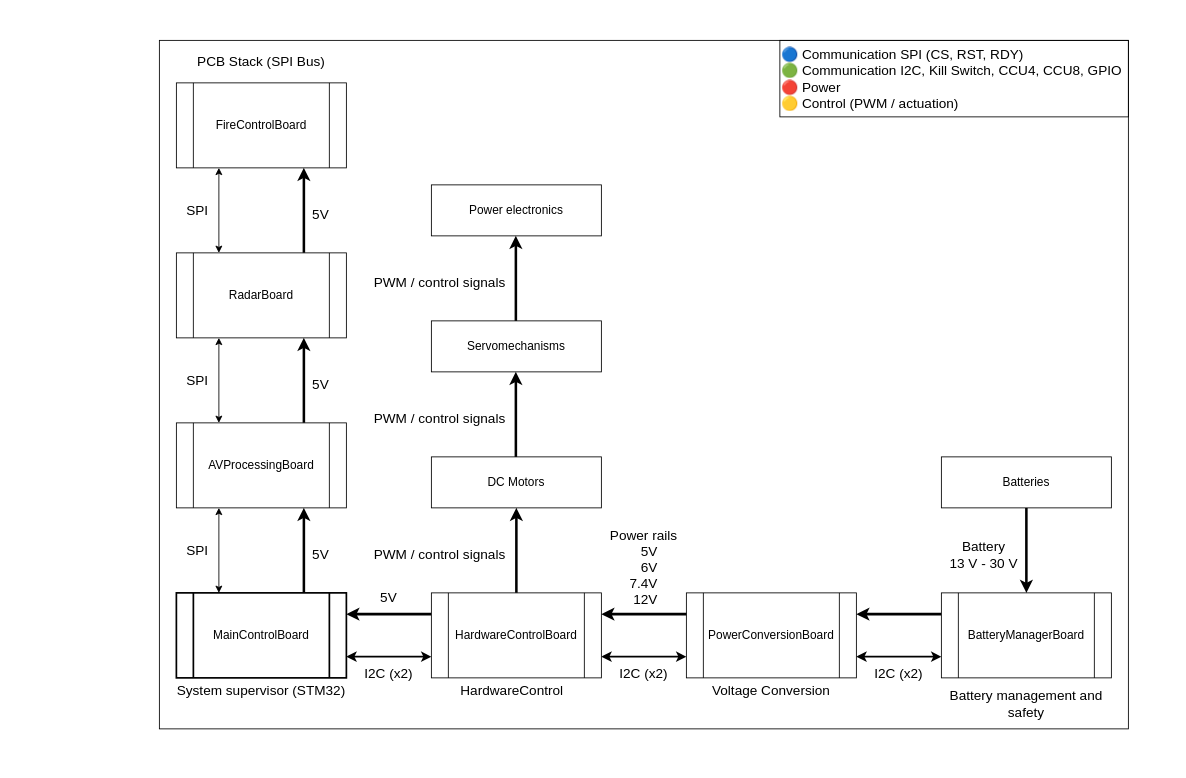
This is Media/System_Architecture_Diagram.drawio from alan-kudelko/TrinityTrack6000, a draw.io file, before an edit. Source tidied: cells renumbered, new cells numbered last; positions are measured from the earlier drawing's top-left corner, leaving out a move shared by most shapes. Both pictures are drawn from the tidied source at 85%, with x=0, y=0 at pixel (159, 40).
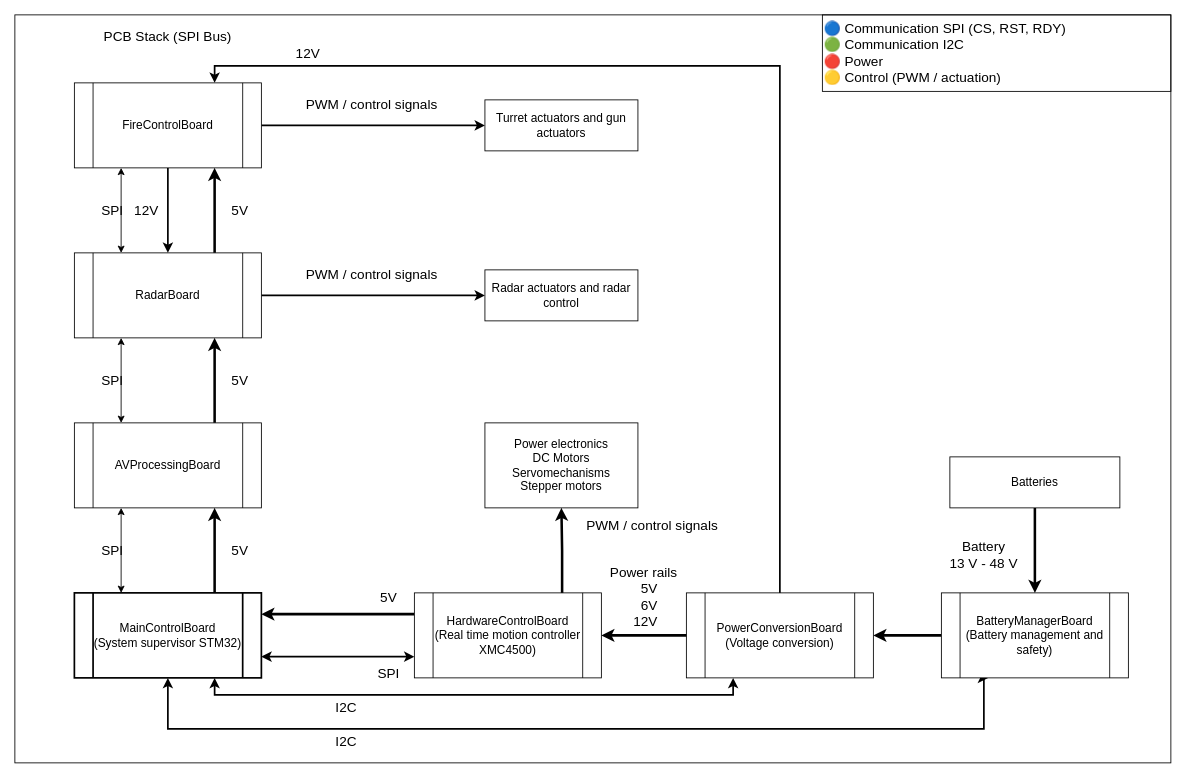
The same diagram, later.

Commit message (it also covers changes not shown here):
Update System's block diagram

Diff of the diagram source:
```diff
@@
     <mxCell id="2" style="rounded=0;whiteSpace=wrap;html=1;fillColor=none;" parent="1" vertex="1">
-      <mxGeometry width="1140" height="810" as="geometry" />
+      <mxGeometry x="-170" y="-30" width="1360" height="880" as="geometry" />
     </mxCell>
@@
-    <mxCell id="5" style="edgeStyle=orthogonalEdgeStyle;rounded=0;jettySize=auto;html=1;exitX=1;exitY=0.75;exitDx=0;exitDy=0;entryX=0;entryY=0.75;entryDx=0;entryDy=0;strokeColor=light-dark(#000000,#2EA043);startArrow=classic;startFill=1;strokeWidth=2;" parent="1" edge="1" source="6" target="10">
+    <mxCell id="5" style="edgeStyle=orthogonalEdgeStyle;rounded=0;jettySize=auto;html=1;exitX=1;exitY=0.75;exitDx=0;exitDy=0;entryX=0;entryY=0.75;entryDx=0;entryDy=0;strokeColor=light-dark(#000000,#1F6FEB);startArrow=classic;startFill=1;strokeWidth=2;" parent="1" edge="1" source="6" target="10">
       <mxGeometry relative="1" as="geometry" />
     </mxCell>
-    <mxCell id="6" value="MainControlBoard" style="shape=process;whiteSpace=wrap;html=1;backgroundOutline=1;glass=0;strokeWidth=2;spacing=2;fontSize=14;" parent="1" vertex="1">
-      <mxGeometry x="20" y="650" width="200" height="100" as="geometry" />
+    <mxCell id="6" value="MainControlBoard&lt;div&gt;(System supervisor STM32)&lt;/div&gt;" style="shape=process;whiteSpace=wrap;html=1;backgroundOutline=1;glass=0;strokeWidth=2;spacing=2;fontSize=14;" parent="1" vertex="1">
+      <mxGeometry x="-100" y="650" width="220" height="100" as="geometry" />
     </mxCell>
@@
-    <mxCell id="8" style="edgeStyle=orthogonalEdgeStyle;rounded=0;jettySize=auto;html=1;exitX=0.5;exitY=0;exitDx=0;exitDy=0;entryX=0.5;entryY=1;entryDx=0;entryDy=0;strokeColor=light-dark(#000000,#D29922);strokeWidth=3;" parent="1" edge="1" source="10" target="35">
+    <mxCell id="8" style="edgeStyle=orthogonalEdgeStyle;rounded=0;jettySize=auto;html=1;exitX=0.79;exitY=0;exitDx=0;exitDy=0;entryX=0.5;entryY=1;entryDx=0;entryDy=0;strokeColor=light-dark(#000000,#D29922);strokeWidth=3;exitPerimeter=0;" parent="1" edge="1" source="10" target="35">
       <mxGeometry relative="1" as="geometry" />
     </mxCell>
-    <mxCell id="9" style="edgeStyle=orthogonalEdgeStyle;rounded=0;jettySize=auto;html=1;exitX=1;exitY=0.75;exitDx=0;exitDy=0;entryX=0;entryY=0.75;entryDx=0;entryDy=0;startArrow=classic;startFill=1;strokeColor=light-dark(#000000,#2EA043);strokeWidth=2;" parent="1" edge="1" source="10" target="12">
+    <mxCell id="9" style="edgeStyle=orthogonalEdgeStyle;rounded=0;jettySize=auto;html=1;exitX=0.75;exitY=1;exitDx=0;exitDy=0;entryX=0.25;entryY=1;entryDx=0;entryDy=0;startArrow=classic;startFill=1;strokeColor=light-dark(#000000,#2EA043);strokeWidth=2;" parent="1" edge="1" source="6" target="12">
       <mxGeometry relative="1" as="geometry" />
     </mxCell>
-    <mxCell id="10" value="HardwareControlBoard" style="shape=process;whiteSpace=wrap;html=1;backgroundOutline=1;fontSize=14;" parent="1" vertex="1">
-      <mxGeometry x="320" y="650" width="200" height="100" as="geometry" />
+    <mxCell id="10" value="HardwareControlBoard&lt;div&gt;(Real time motion controller XMC4500)&lt;/div&gt;" style="shape=process;whiteSpace=wrap;html=1;backgroundOutline=1;fontSize=14;points=[[0,0,0,0,0],[0,0.25,0,0,0],[0,0.5,0,0,0],[0,0.75,0,0,0],[0,1,0,0,0],[0.25,0,0,0,0],[0.25,1,0,0,0],[0.5,0,0,0,0],[0.5,1,0,0,0],[0.75,1,0,0,0],[0.79,0,0,0,0],[1,0,0,0,0],[1,0.25,0,0,0],[1,0.5,0,0,0],[1,0.75,0,0,0],[1,1,0,0,0]];" parent="1" vertex="1">
+      <mxGeometry x="300" y="650" width="220" height="100" as="geometry" />
     </mxCell>
-    <mxCell id="11" style="edgeStyle=orthogonalEdgeStyle;rounded=0;jettySize=auto;html=1;exitX=1;exitY=0.75;exitDx=0;exitDy=0;entryX=0;entryY=0.75;entryDx=0;entryDy=0;startArrow=classic;startFill=1;strokeColor=light-dark(#000000,#2EA043);strokeWidth=2;" parent="1" edge="1" source="12" target="14">
-      <mxGeometry relative="1" as="geometry" />
+    <mxCell id="11" style="edgeStyle=orthogonalEdgeStyle;rounded=0;jettySize=auto;html=1;exitX=0.5;exitY=1;exitDx=0;exitDy=0;entryX=0.25;entryY=1;entryDx=0;entryDy=0;startArrow=classic;startFill=1;strokeColor=light-dark(#000000,#2EA043);strokeWidth=2;" parent="1" edge="1" source="6" target="14">
+      <mxGeometry relative="1" as="geometry">
+        <Array as="points">
+          <mxPoint x="10" y="810" />
+          <mxPoint x="970" y="810" />
+        </Array>
+      </mxGeometry>
     </mxCell>
+    <mxCell id="51" style="edgeStyle=orthogonalEdgeStyle;rounded=0;jettySize=auto;html=1;exitX=0.5;exitY=0;exitDx=0;exitDy=0;entryX=0.75;entryY=0;entryDx=0;entryDy=0;strokeWidth=2;strokeColor=light-dark(#000000,#DA3633);" parent="1" edge="1" source="12" target="27">
+      <mxGeometry relative="1" as="geometry" />
+    </mxCell>
-    <mxCell id="12" value="PowerConversionBoard" style="shape=process;whiteSpace=wrap;html=1;backgroundOutline=1;fontSize=14;" parent="1" vertex="1">
-      <mxGeometry x="620" y="650" width="200" height="100" as="geometry" />
+    <mxCell id="12" value="PowerConversionBoard&lt;div&gt;(Voltage conversion)&lt;/div&gt;" style="shape=process;whiteSpace=wrap;html=1;backgroundOutline=1;fontSize=14;" parent="1" vertex="1">
+      <mxGeometry x="620" y="650" width="220" height="100" as="geometry" />
     </mxCell>
-    <mxCell id="13" style="edgeStyle=orthogonalEdgeStyle;rounded=0;jettySize=auto;html=1;exitX=0;exitY=0.25;exitDx=0;exitDy=0;entryX=1;entryY=0.25;entryDx=0;entryDy=0;strokeWidth=3;strokeColor=light-dark(#000000,#DA3633);" parent="1" edge="1" source="14" target="12">
+    <mxCell id="13" style="edgeStyle=orthogonalEdgeStyle;rounded=0;jettySize=auto;html=1;exitX=0;exitY=0.5;exitDx=0;exitDy=0;entryX=1;entryY=0.5;entryDx=0;entryDy=0;strokeWidth=3;strokeColor=light-dark(#000000,#DA3633);" parent="1" edge="1" source="14" target="12">
       <mxGeometry relative="1" as="geometry" />
     </mxCell>
-    <mxCell id="14" value="BatteryManagerBoard" style="shape=process;whiteSpace=wrap;html=1;backgroundOutline=1;fontSize=14;" parent="1" vertex="1">
-      <mxGeometry x="920" y="650" width="200" height="100" as="geometry" />
+    <mxCell id="14" value="BatteryManagerBoard&lt;div&gt;(Battery management and safety)&lt;/div&gt;" style="shape=process;whiteSpace=wrap;html=1;backgroundOutline=1;fontSize=14;" parent="1" vertex="1">
+      <mxGeometry x="920" y="650" width="220" height="100" as="geometry" />
     </mxCell>
     <mxCell id="15" value="PCB Stack (SPI Bus)" style="text;html=1;whiteSpace=wrap;strokeColor=none;fillColor=none;align=center;verticalAlign=middle;rounded=0;fontSize=16;" parent="1" vertex="1">
-      <mxGeometry x="20" y="10" width="200" height="30" as="geometry" />
+      <mxGeometry x="-90" y="-20" width="200" height="30" as="geometry" />
     </mxCell>
-    <mxCell id="16" value="Servomechanisms" style="rounded=0;whiteSpace=wrap;html=1;fontSize=14;" parent="1" vertex="1">
-      <mxGeometry x="320" y="330" width="200" height="60" as="geometry" />
-    </mxCell>
-    <mxCell id="17" value="HardwareControl" style="text;html=1;whiteSpace=wrap;strokeColor=none;fillColor=none;align=center;verticalAlign=middle;rounded=0;fontSize=16;" parent="1" vertex="1">
-      <mxGeometry x="340" y="750" width="150" height="30" as="geometry" />
-    </mxCell>
-    <mxCell id="18" value="System supervisor (STM32)" style="text;html=1;whiteSpace=wrap;strokeColor=none;fillColor=none;align=center;verticalAlign=middle;rounded=0;fontSize=16;" parent="1" vertex="1">
-      <mxGeometry x="10" y="750" width="220" height="30" as="geometry" />
-    </mxCell>
-    <mxCell id="19" value="Voltage Conversion" style="text;html=1;whiteSpace=wrap;strokeColor=none;fillColor=none;align=center;verticalAlign=middle;rounded=0;fontSize=16;" parent="1" vertex="1">
-      <mxGeometry x="645" y="750" width="150" height="30" as="geometry" />
-    </mxCell>
-    <mxCell id="20" value="Battery management and safety" style="text;html=1;whiteSpace=wrap;strokeColor=none;fillColor=none;align=center;verticalAlign=middle;rounded=0;fontSize=16;" parent="1" vertex="1">
-      <mxGeometry x="920" y="750" width="200" height="60" as="geometry" />
-    </mxCell>
@@
     <mxCell id="23" value="AVProcessingBoard" style="shape=process;whiteSpace=wrap;html=1;backgroundOutline=1;fontSize=14;" parent="1" vertex="1">
-      <mxGeometry x="20" y="450" width="200" height="100" as="geometry" />
+      <mxGeometry x="-100" y="450" width="220" height="100" as="geometry" />
     </mxCell>
@@
+    <mxCell id="52" style="edgeStyle=orthogonalEdgeStyle;rounded=0;jettySize=auto;html=1;entryX=0;entryY=0.5;entryDx=0;entryDy=0;strokeWidth=2;strokeColor=light-dark(#000000,#D29922);" parent="1" edge="1" source="26" target="57">
+      <mxGeometry relative="1" as="geometry" />
+    </mxCell>
     <mxCell id="26" value="RadarBoard" style="shape=process;whiteSpace=wrap;html=1;backgroundOutline=1;fontSize=14;" parent="1" vertex="1">
-      <mxGeometry x="20" y="250" width="200" height="100" as="geometry" />
+      <mxGeometry x="-100" y="250" width="220" height="100" as="geometry" />
     </mxCell>
+    <mxCell id="53" style="edgeStyle=orthogonalEdgeStyle;rounded=0;jettySize=auto;html=1;entryX=0;entryY=0.5;entryDx=0;entryDy=0;strokeWidth=2;strokeColor=light-dark(#000000,#D29922);" parent="1" edge="1" source="27" target="56">
+      <mxGeometry relative="1" as="geometry" />
+    </mxCell>
+    <mxCell id="54" style="edgeStyle=orthogonalEdgeStyle;rounded=0;jettySize=auto;html=1;strokeColor=light-dark(#000000,#DA3633);strokeWidth=2;" parent="1" edge="1" source="27" target="26">
+      <mxGeometry relative="1" as="geometry" />
+    </mxCell>
     <mxCell id="27" value="FireControlBoard" style="shape=process;whiteSpace=wrap;html=1;backgroundOutline=1;fontSize=14;" parent="1" vertex="1">
-      <mxGeometry x="20" y="50" width="200" height="100" as="geometry" />
+      <mxGeometry x="-100" y="50" width="220" height="100" as="geometry" />
     </mxCell>
     <mxCell id="28" value="5V" style="text;html=1;whiteSpace=wrap;align=center;verticalAlign=middle;rounded=0;fontColor=light-dark(#000000,#DA3633);fontSize=16;" parent="1" vertex="1">
-      <mxGeometry x="175" y="590" width="30" height="30" as="geometry" />
+      <mxGeometry x="80" y="585" width="30" height="30" as="geometry" />
     </mxCell>
     <mxCell id="29" value="5V" style="text;html=1;whiteSpace=wrap;align=center;verticalAlign=middle;rounded=0;fontColor=light-dark(#000000,#DA3633);fontSize=16;" parent="1" vertex="1">
-      <mxGeometry x="175" y="390" width="30" height="30" as="geometry" />
+      <mxGeometry x="80" y="385" width="30" height="30" as="geometry" />
     </mxCell>
     <mxCell id="30" value="5V" style="text;html=1;whiteSpace=wrap;align=center;verticalAlign=middle;rounded=0;fontColor=light-dark(#000000,#DA3633);fontSize=16;" parent="1" vertex="1">
-      <mxGeometry x="175" y="190" width="30" height="30" as="geometry" />
+      <mxGeometry x="80" y="185" width="30" height="30" as="geometry" />
     </mxCell>
@@
-    <mxCell id="32" style="edgeStyle=orthogonalEdgeStyle;rounded=0;orthogonalLoop=1;jettySize=auto;html=1;exitX=0;exitY=0.25;exitDx=0;exitDy=0;entryX=1;entryY=0.25;entryDx=0;entryDy=0;strokeWidth=3;strokeColor=light-dark(#000000,#DA3633);" parent="1" edge="1">
-      <mxGeometry relative="1" as="geometry">
-        <mxPoint x="620" y="675" as="sourcePoint" />
-        <mxPoint x="520" y="675" as="targetPoint" />
-      </mxGeometry>
+    <mxCell id="32" style="edgeStyle=orthogonalEdgeStyle;rounded=0;jettySize=auto;html=1;exitX=0;exitY=0.5;exitDx=0;exitDy=0;entryX=1;entryY=0.5;entryDx=0;entryDy=0;strokeWidth=3;strokeColor=light-dark(#000000,#DA3633);" parent="1" edge="1" source="12" target="10">
+      <mxGeometry relative="1" as="geometry" />
     </mxCell>
-    <mxCell id="33" value="Power rails&lt;div&gt;&amp;nbsp; &amp;nbsp;5V&lt;/div&gt;&lt;div&gt;&amp;nbsp; &amp;nbsp;6V&lt;/div&gt;&lt;div&gt;7.4V&lt;/div&gt;&lt;div&gt;&amp;nbsp;12V&lt;/div&gt;" style="text;html=1;whiteSpace=wrap;align=center;verticalAlign=middle;rounded=0;fontColor=light-dark(#000000,#DA3633);fontSize=16;" parent="1" vertex="1">
-      <mxGeometry x="520" y="570" width="100" height="100" as="geometry" />
+    <mxCell id="33" value="Power rails&lt;div&gt;&amp;nbsp; &amp;nbsp;5V&lt;/div&gt;&lt;div&gt;&amp;nbsp; &amp;nbsp;6V&lt;/div&gt;&lt;div&gt;&amp;nbsp;12V&lt;/div&gt;" style="text;html=1;whiteSpace=wrap;align=center;verticalAlign=middle;rounded=0;fontColor=light-dark(#000000,#DA3633);fontSize=16;" parent="1" vertex="1">
+      <mxGeometry x="520" y="605" width="100" height="100" as="geometry" />
     </mxCell>
-    <mxCell id="34" value="Battery&lt;div&gt;13 V - 30 V&lt;/div&gt;" style="text;html=1;whiteSpace=wrap;align=center;verticalAlign=middle;rounded=0;fontColor=light-dark(#000000,#DA3633);fontSize=16;" parent="1" vertex="1">
+    <mxCell id="34" value="Battery&lt;div&gt;13 V - 48 V&lt;/div&gt;" style="text;html=1;whiteSpace=wrap;align=center;verticalAlign=middle;rounded=0;fontColor=light-dark(#000000,#DA3633);fontSize=16;" parent="1" vertex="1">
       <mxGeometry x="920" y="590" width="100" height="30" as="geometry" />
     </mxCell>
-    <mxCell id="35" value="DC Motors" style="rounded=0;whiteSpace=wrap;html=1;fontSize=14;" parent="1" vertex="1">
-      <mxGeometry x="320" y="490" width="200" height="60" as="geometry" />
+    <mxCell id="35" value="&lt;div&gt;Power electronics&lt;/div&gt;DC Motors&lt;div&gt;Servomechanisms&lt;/div&gt;&lt;div&gt;Stepper motors&lt;/div&gt;" style="rounded=0;whiteSpace=wrap;html=1;fontSize=14;spacingTop=0;" parent="1" vertex="1">
+      <mxGeometry x="383" y="450" width="180" height="100" as="geometry" />
     </mxCell>
-    <mxCell id="36" value="Power electronics" style="rounded=0;whiteSpace=wrap;html=1;fontSize=14;" parent="1" vertex="1">
-      <mxGeometry x="320" y="170" width="200" height="60" as="geometry" />
-    </mxCell>
-    <mxCell id="37" value="I2C (x2)" style="text;html=1;whiteSpace=wrap;align=center;verticalAlign=middle;rounded=0;fontColor=light-dark(#000000,#2EA043);fontSize=16;" parent="1" vertex="1">
-      <mxGeometry x="220" y="730" width="100" height="30" as="geometry" />
-    </mxCell>
@@
     <mxCell id="39" value="Batteries" style="rounded=0;whiteSpace=wrap;html=1;fontSize=14;" parent="1" vertex="1">
-      <mxGeometry x="920" y="490" width="200" height="60" as="geometry" />
+      <mxGeometry x="930" y="490" width="200" height="60" as="geometry" />
     </mxCell>
-    <mxCell id="40" value="PWM / control signals" style="text;html=1;whiteSpace=wrap;align=center;verticalAlign=middle;rounded=0;fontColor=light-dark(#000000,#D29922);fontSize=16;" parent="1" vertex="1">
-      <mxGeometry x="230" y="430" width="200" height="30" as="geometry" />
-    </mxCell>
-    <mxCell id="41" value="PWM / control signals" style="text;html=1;whiteSpace=wrap;align=center;verticalAlign=middle;rounded=0;fontColor=light-dark(#000000,#D29922);fontSize=16;" parent="1" vertex="1">
-      <mxGeometry x="230" y="270" width="200" height="30" as="geometry" />
-    </mxCell>
     <mxCell id="42" value="PWM / control signals" style="text;html=1;whiteSpace=wrap;align=center;verticalAlign=middle;rounded=0;fontColor=light-dark(#000000,#D29922);fontSize=16;" parent="1" vertex="1">
-      <mxGeometry x="230" y="590" width="200" height="30" as="geometry" />
+      <mxGeometry x="480" y="555" width="200" height="30" as="geometry" />
     </mxCell>
-    <mxCell id="43" value="I2C (x2)" style="text;html=1;whiteSpace=wrap;align=center;verticalAlign=middle;rounded=0;fontColor=light-dark(#000000,#2EA043);fontSize=16;" parent="1" vertex="1">
-      <mxGeometry x="520" y="730" width="100" height="30" as="geometry" />
+    <mxCell id="43" value="I2C" style="text;html=1;whiteSpace=wrap;align=center;verticalAlign=middle;rounded=0;fontColor=light-dark(#000000,#2EA043);fontSize=16;" parent="1" vertex="1">
+      <mxGeometry x="170" y="770" width="100" height="30" as="geometry" />
     </mxCell>
-    <mxCell id="44" value="I2C (x2)" style="text;html=1;whiteSpace=wrap;align=center;verticalAlign=middle;rounded=0;fontColor=light-dark(#000000,#2EA043);fontSize=16;" parent="1" vertex="1">
-      <mxGeometry x="820" y="730" width="100" height="30" as="geometry" />
+    <mxCell id="44" value="I2C" style="text;html=1;whiteSpace=wrap;align=center;verticalAlign=middle;rounded=0;fontColor=light-dark(#000000,#2EA043);fontSize=16;" parent="1" vertex="1">
+      <mxGeometry x="170" y="810" width="100" height="30" as="geometry" />
     </mxCell>
-    <mxCell id="45" style="edgeStyle=orthogonalEdgeStyle;rounded=0;orthogonalLoop=1;jettySize=auto;html=1;exitX=0.5;exitY=0;exitDx=0;exitDy=0;entryX=0.5;entryY=1;entryDx=0;entryDy=0;strokeColor=light-dark(#000000,#D29922);strokeWidth=3;" parent="1" edge="1">
-      <mxGeometry relative="1" as="geometry">
-        <mxPoint x="419.4" y="490" as="sourcePoint" />
-        <mxPoint x="419.4" y="390" as="targetPoint" />
-      </mxGeometry>
-    </mxCell>
-    <mxCell id="46" style="edgeStyle=orthogonalEdgeStyle;rounded=0;orthogonalLoop=1;jettySize=auto;html=1;exitX=0.5;exitY=0;exitDx=0;exitDy=0;entryX=0.5;entryY=1;entryDx=0;entryDy=0;strokeColor=light-dark(#000000,#D29922);strokeWidth=3;" parent="1" edge="1">
-      <mxGeometry relative="1" as="geometry">
-        <mxPoint x="419.4" y="330" as="sourcePoint" />
-        <mxPoint x="419.4" y="230" as="targetPoint" />
-      </mxGeometry>
-    </mxCell>
     <mxCell id="47" value="SPI" style="text;html=1;whiteSpace=wrap;align=center;verticalAlign=middle;rounded=0;fontColor=light-dark(#000000,#1F6FEB);fontSize=16;" parent="1" vertex="1">
-      <mxGeometry x="20" y="150" width="50" height="100" as="geometry" />
+      <mxGeometry x="-80" y="150" width="50" height="100" as="geometry" />
     </mxCell>
-    <mxCell id="48" value="🔵 Communication SPI (CS, RST, RDY)&lt;div&gt;🟢 Communication I2C, Kill Switch, CCU4, CCU8, GPIO&lt;br&gt;&lt;div&gt;🔴 Power&lt;br&gt;🟡 Control (PWM / actuation)&lt;/div&gt;&lt;/div&gt;" style="text;html=1;whiteSpace=wrap;strokeColor=default;fillColor=none;align=left;verticalAlign=middle;rounded=0;fontSize=16;" parent="1" vertex="1">
-      <mxGeometry x="730" width="410" height="90" as="geometry" />
+    <mxCell id="48" value="🔵 Communication SPI (CS, RST, RDY)&lt;div&gt;🟢 Communication I2C&lt;br&gt;&lt;div&gt;🔴 Power&lt;br&gt;🟡 Control (PWM / actuation)&lt;/div&gt;&lt;/div&gt;" style="text;html=1;whiteSpace=wrap;strokeColor=default;fillColor=none;align=left;verticalAlign=middle;rounded=0;fontSize=16;" parent="1" vertex="1">
+      <mxGeometry x="780" y="-30" width="410" height="90" as="geometry" />
     </mxCell>
     <mxCell id="49" value="SPI" style="text;html=1;whiteSpace=wrap;align=center;verticalAlign=middle;rounded=0;fontColor=light-dark(#000000,#1F6FEB);fontSize=16;" parent="1" vertex="1">
-      <mxGeometry x="20" y="350" width="50" height="100" as="geometry" />
+      <mxGeometry x="-80" y="350" width="50" height="100" as="geometry" />
     </mxCell>
     <mxCell id="50" value="SPI" style="text;html=1;whiteSpace=wrap;align=center;verticalAlign=middle;rounded=0;fontColor=light-dark(#000000,#1F6FEB);fontSize=16;" parent="1" vertex="1">
-      <mxGeometry x="20" y="550" width="50" height="100" as="geometry" />
+      <mxGeometry x="-80" y="550" width="50" height="100" as="geometry" />
     </mxCell>
+    <mxCell id="55" value="SPI" style="text;html=1;whiteSpace=wrap;align=center;verticalAlign=middle;rounded=0;fontColor=light-dark(#000000,#1F6FEB);fontSize=16;" parent="1" vertex="1">
+      <mxGeometry x="245" y="730" width="50" height="30" as="geometry" />
+    </mxCell>
+    <mxCell id="56" value="Turret actuators and gun actuators" style="rounded=0;whiteSpace=wrap;html=1;fontSize=14;" parent="1" vertex="1">
+      <mxGeometry x="383" y="70" width="180" height="60" as="geometry" />
+    </mxCell>
+    <mxCell id="57" value="Radar actuators and radar control" style="rounded=0;whiteSpace=wrap;html=1;fontSize=14;" parent="1" vertex="1">
+      <mxGeometry x="383" y="270" width="180" height="60" as="geometry" />
+    </mxCell>
+    <mxCell id="58" value="PWM / control signals" style="text;html=1;whiteSpace=wrap;align=center;verticalAlign=middle;rounded=0;fontColor=light-dark(#000000,#D29922);fontSize=16;" parent="1" vertex="1">
+      <mxGeometry x="150" y="260" width="200" height="30" as="geometry" />
+    </mxCell>
+    <mxCell id="59" value="PWM / control signals" style="text;html=1;whiteSpace=wrap;align=center;verticalAlign=middle;rounded=0;fontColor=light-dark(#000000,#D29922);fontSize=16;" parent="1" vertex="1">
+      <mxGeometry x="150" y="60" width="200" height="30" as="geometry" />
+    </mxCell>
+    <mxCell id="60" value="12V" style="text;html=1;whiteSpace=wrap;align=center;verticalAlign=middle;rounded=0;fontColor=light-dark(#000000,#DA3633);fontSize=16;" parent="1" vertex="1">
+      <mxGeometry x="160" width="30" height="30" as="geometry" />
+    </mxCell>
+    <mxCell id="61" value="12V" style="text;html=1;whiteSpace=wrap;align=center;verticalAlign=middle;rounded=0;fontColor=light-dark(#000000,#DA3633);fontSize=16;" parent="1" vertex="1">
+      <mxGeometry x="-30" y="185" width="30" height="30" as="geometry" />
+    </mxCell>
```
